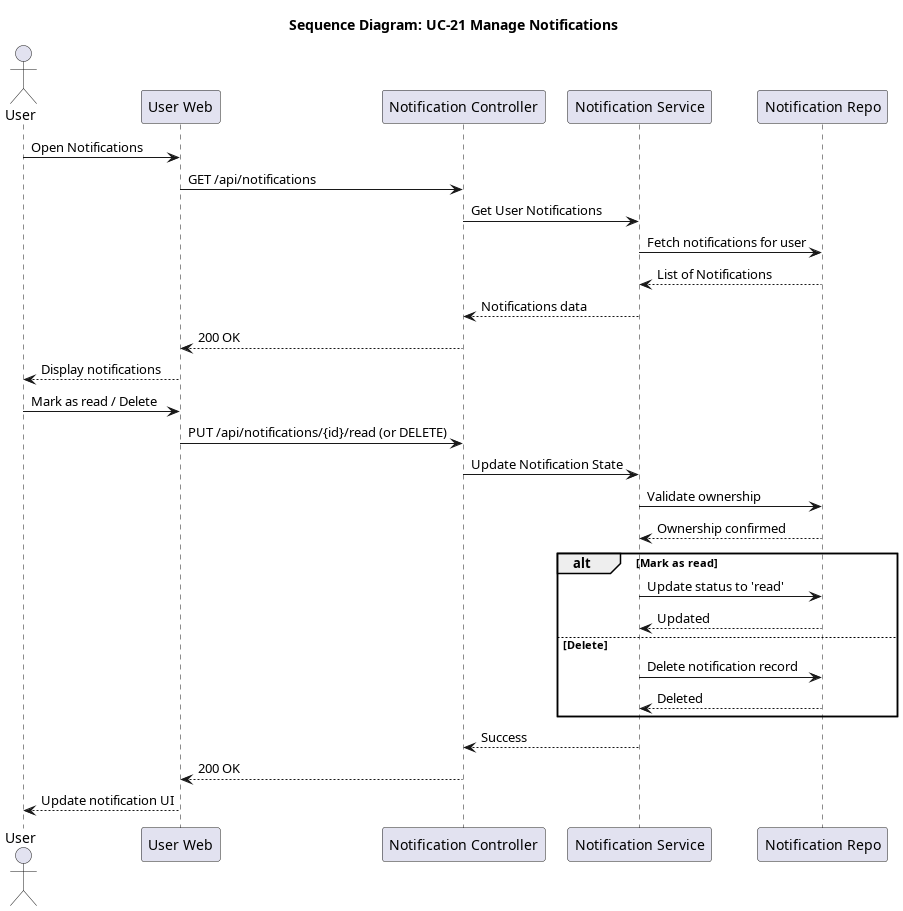
Earlier version of the PlantUML export docs/srs_add/SAD/diagrams/seq_21_manage_notifications.png (giakiet05/lkforum-new).
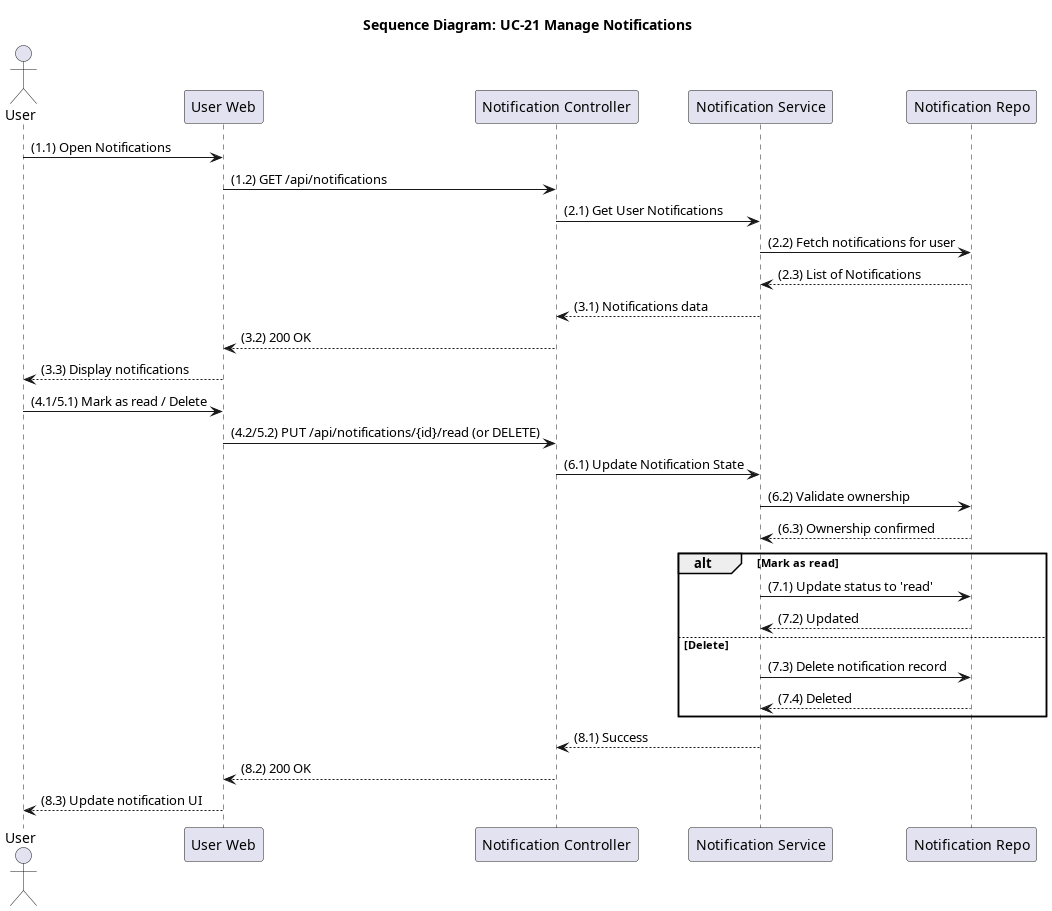
After the change.

What changed in the source:
```diff
@@ -7,30 +7,30 @@
 participant "Notification Service" as Service
 participant "Notification Repo" as Repo
 
-User -> Frontend: Open Notifications
-Frontend -> Controller: GET /api/notifications
-Controller -> Service: Get User Notifications
-Service -> Repo: Fetch notifications for user
-Repo --> Service: List of Notifications
-Service --> Controller: Notifications data
-Controller --> Frontend: 200 OK
-Frontend --> User: Display notifications
+User -> Frontend: (1.1) Open Notifications
+Frontend -> Controller: (1.2) GET /api/notifications
+Controller -> Service: (2.1) Get User Notifications
+Service -> Repo: (2.2) Fetch notifications for user
+Repo --> Service: (2.3) List of Notifications
+Service --> Controller: (3.1) Notifications data
+Controller --> Frontend: (3.2) 200 OK
+Frontend --> User: (3.3) Display notifications
 
-User -> Frontend: Mark as read / Delete
-Frontend -> Controller: PUT /api/notifications/{id}/read (or DELETE)
-Controller -> Service: Update Notification State
-Service -> Repo: Validate ownership
-Repo --> Service: Ownership confirmed
+User -> Frontend: (4.1/5.1) Mark as read / Delete
+Frontend -> Controller: (4.2/5.2) PUT /api/notifications/{id}/read (or DELETE)
+Controller -> Service: (6.1) Update Notification State
+Service -> Repo: (6.2) Validate ownership
+Repo --> Service: (6.3) Ownership confirmed
 
 alt Mark as read
-    Service -> Repo: Update status to 'read'
-    Repo --> Service: Updated
+    Service -> Repo: (7.1) Update status to 'read'
+    Repo --> Service: (7.2) Updated
 else Delete
-    Service -> Repo: Delete notification record
-    Repo --> Service: Deleted
+    Service -> Repo: (7.3) Delete notification record
+    Repo --> Service: (7.4) Deleted
 end
 
-Service --> Controller: Success
-Controller --> Frontend: 200 OK
-Frontend --> User: Update notification UI
+Service --> Controller: (8.1) Success
+Controller --> Frontend: (8.2) 200 OK
+Frontend --> User: (8.3) Update notification UI
 @enduml
```
